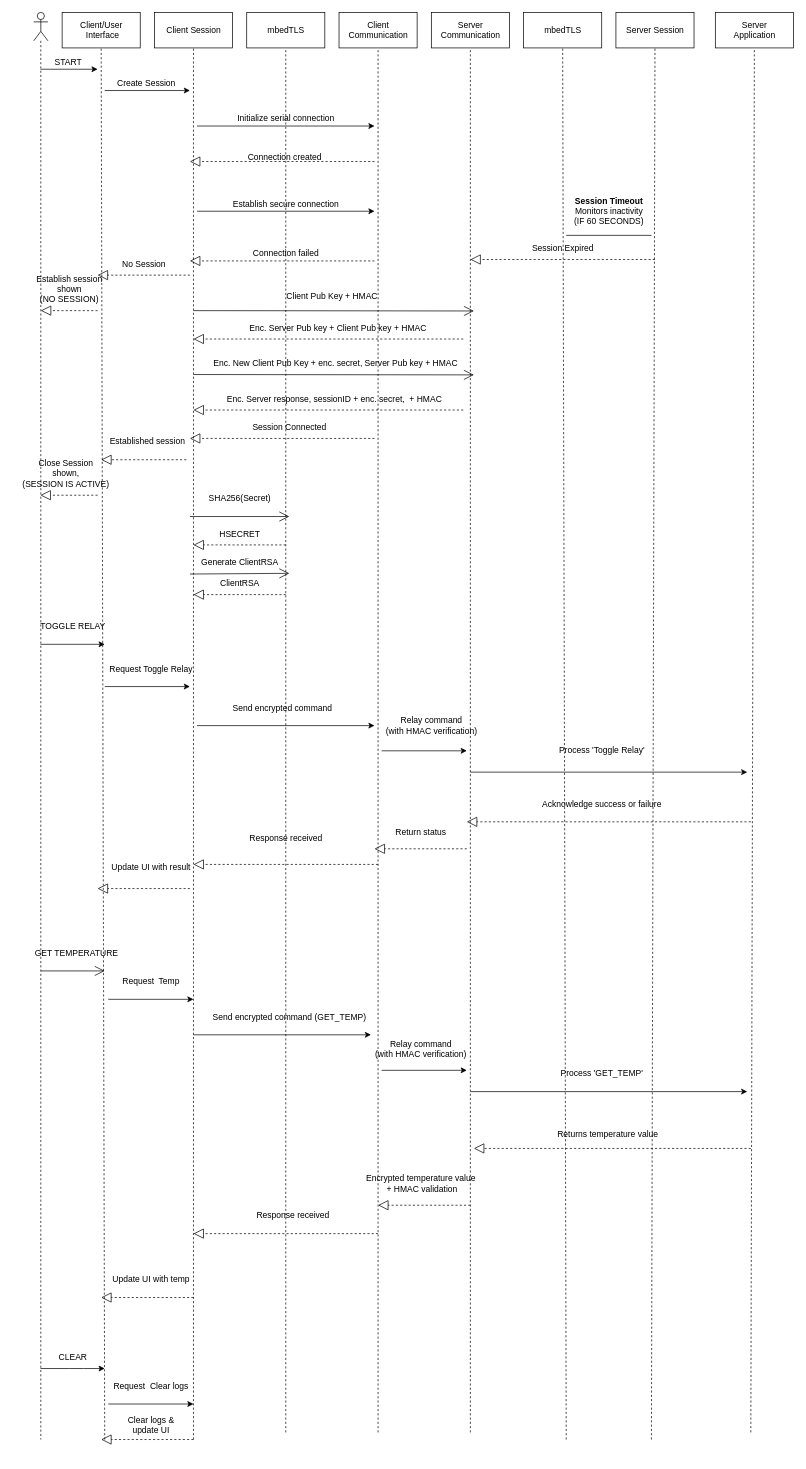
ElliesWorld/Client-Server keeps this draw.io diagram as Server/docs/SequenceDiagram.drawio. Above is the earlier version. Source tidied: cells renumbered, new cells numbered last; positions are measured from the earlier drawing's top-left corner, leaving out a move shared by most shapes. Both pictures are drawn from the tidied source at 71%, with x=0, y=0 at pixel (12, 12).
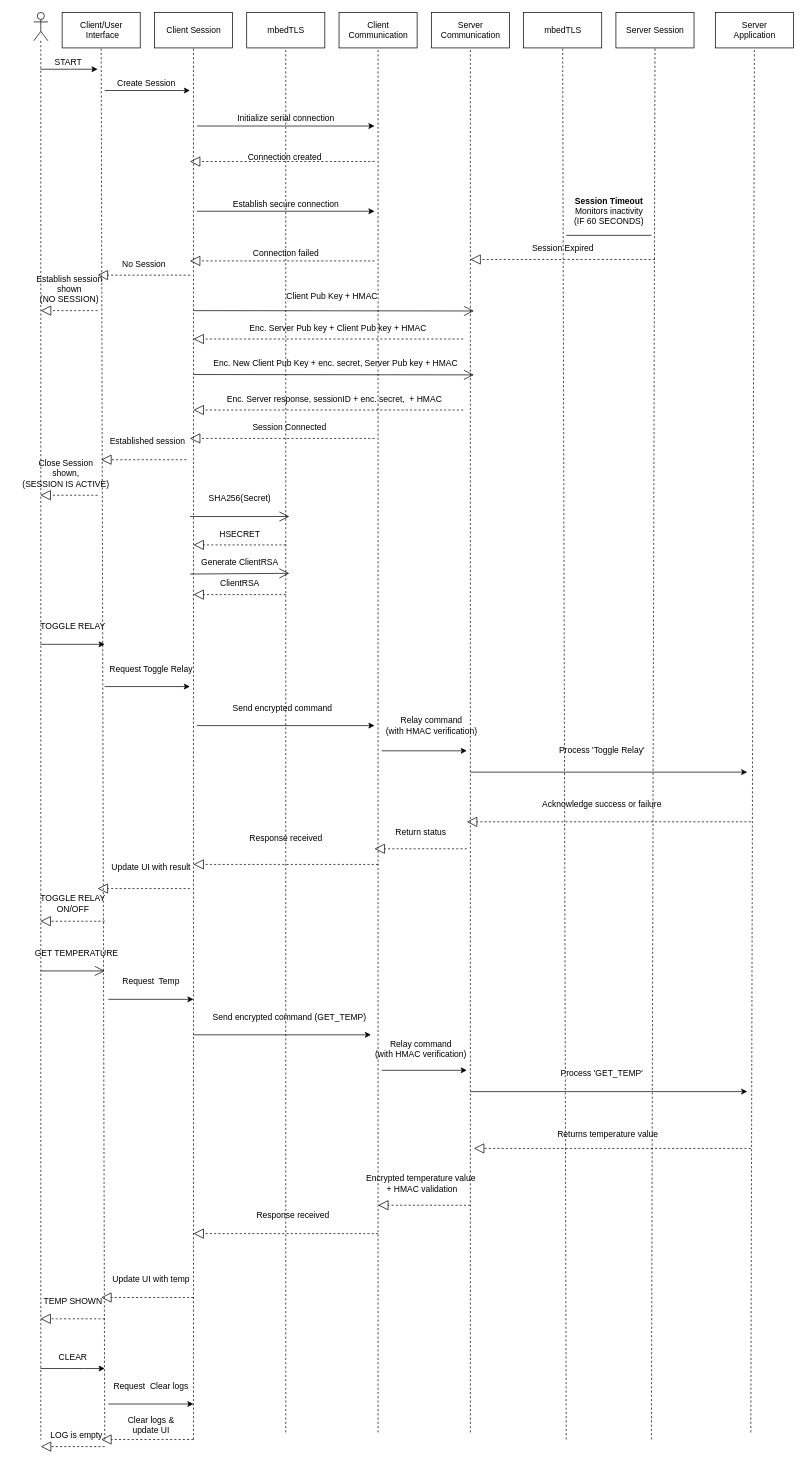
Above is the later version.

Commit message:
updates seq. diagram

The change refers to these unchanged cells:
```xml
<mxCell id="10" style="shape=umlLifeline;participant=umlActor;perimeter=lifelinePerimeter;whiteSpace=wrap;html=1;verticalAlign=top;spacingTop=36;outlineConnect=0;" parent="1" vertex="1">
  <mxGeometry x="30" width="20" height="2010" as="geometry" />
</mxCell>
```

Change to the diagram source:
```diff
@@
+    <mxCell id="103" style="endArrow=block;dashed=1;endFill=0;endSize=12;html=1;" parent="1" edge="1" target="10">
+      <mxGeometry relative="1" as="geometry">
+        <mxPoint x="130" y="1280" as="sourcePoint" />
+        <Array as="points">
+          <mxPoint x="100" y="1280" />
+        </Array>
+      </mxGeometry>
+    </mxCell>
+    <mxCell id="104" value="TOGGLE RELAY&lt;br&gt;ON/OFF" style="text;html=1;align=center;verticalAlign=middle;strokeColor=none;fillColor=none;" parent="1" vertex="1">
+      <mxGeometry x="25" y="1235" width="120" height="40" as="geometry" />
+    </mxCell>
+    <mxCell id="105" style="endArrow=block;dashed=1;endFill=0;endSize=12;html=1;" parent="1" edge="1" target="10">
+      <mxGeometry relative="1" as="geometry">
+        <mxPoint x="130" y="1840" as="sourcePoint" />
+        <Array as="points">
+          <mxPoint x="70" y="1840" />
+        </Array>
+      </mxGeometry>
+    </mxCell>
+    <mxCell id="106" value="TEMP SHOWN" style="text;html=1;align=center;verticalAlign=middle;strokeColor=none;fillColor=none;" parent="1" vertex="1">
+      <mxGeometry x="30" y="1800" width="110" height="30" as="geometry" />
+    </mxCell>
+    <mxCell id="107" style="endArrow=block;dashed=1;endFill=0;endSize=12;html=1;" parent="1" edge="1">
+      <mxGeometry relative="1" as="geometry">
+        <mxPoint x="130" y="2020" as="sourcePoint" />
+        <mxPoint x="40" y="2020" as="targetPoint" />
+      </mxGeometry>
+    </mxCell>
+    <mxCell id="108" value="LOG is empty" style="text;html=1;align=center;verticalAlign=middle;strokeColor=none;fillColor=none;" parent="1" vertex="1">
+      <mxGeometry x="40" y="1990" width="100" height="30" as="geometry" />
+    </mxCell>
```
